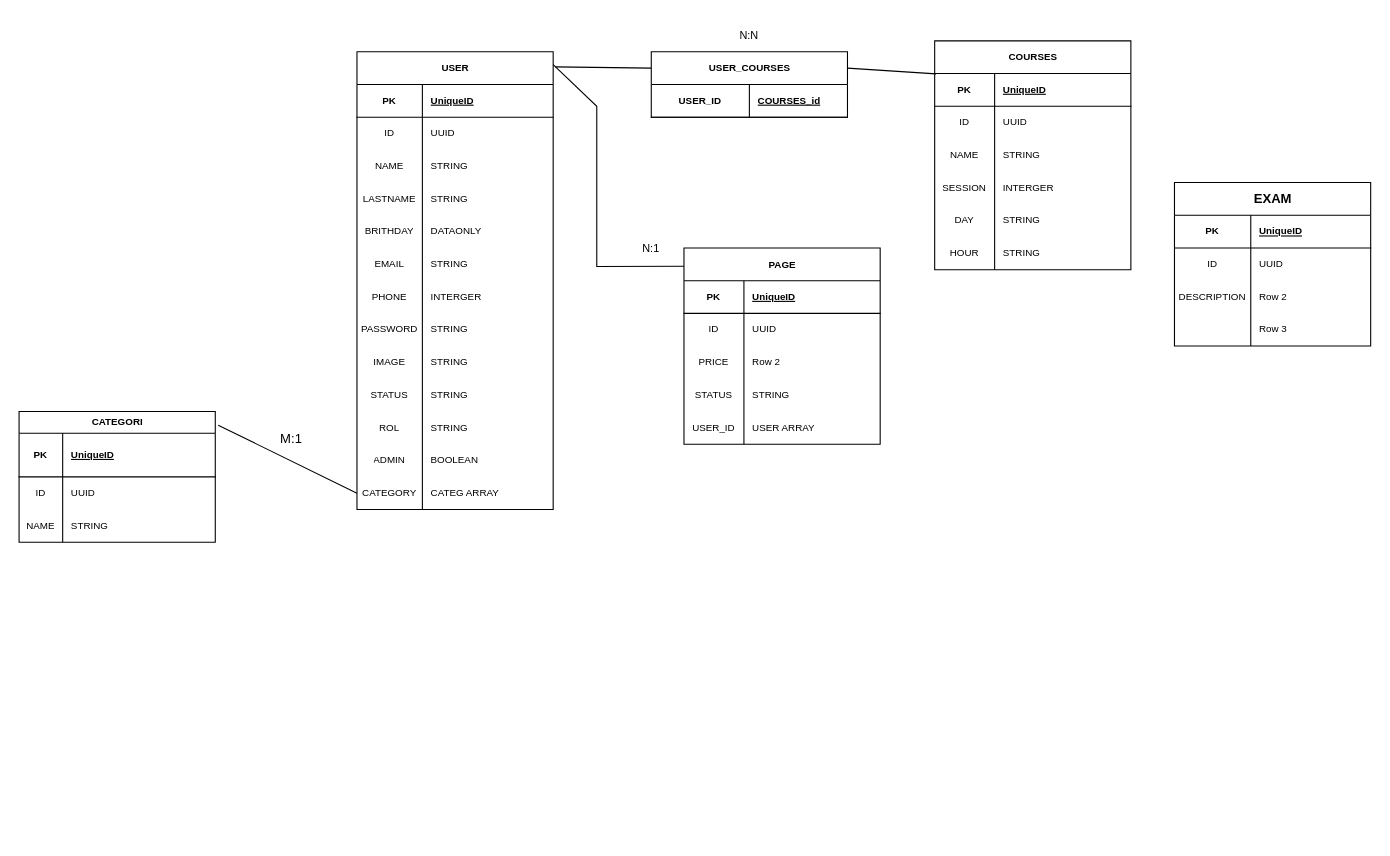
The draw.io diagram Diagrama sin título.drawio in AndresAndrada/AndresAndrada, before the edit. Source tidied: cells renumbered, new cells numbered last; positions are measured from the earlier drawing's top-left corner, leaving out a move shared by most shapes. Both pictures are drawn from the tidied source at 109%, with x=0, y=0 at pixel (19, 19).
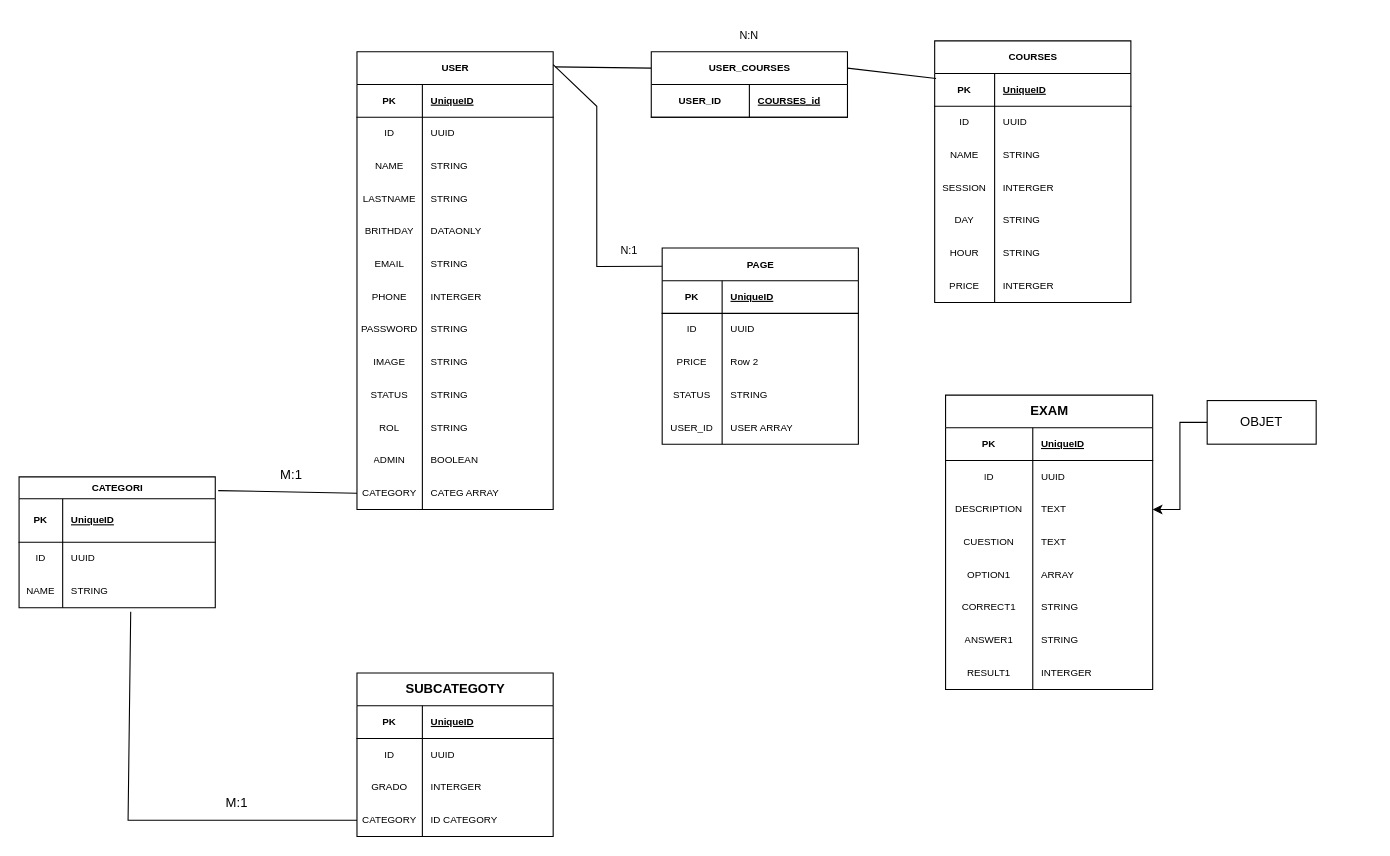
The same page after the edit.

Commit message:
Relaciones de entidad Personal Class

The change refers to these unchanged cells:
```xml
<mxCell id="70" style="shape=tableRow;horizontal=0;startSize=0;swimlaneHead=0;swimlaneBody=0;fillColor=none;points=[[0,0.5],[1,0.5]];portConstraint=eastwest;top=0;left=0;right=0;bottom=0;" parent="63" vertex="1">
  <mxGeometry y="90" width="180" height="30" as="geometry" />
</mxCell>
```

What changed in the source:
```diff
@@
     <mxCell id="44" value="COURSES" style="shape=table;startSize=30;childLayout=tableLayout;rowLines=0;fontStyle=1;align=center;html=1;fontSize=9;" parent="1" vertex="1">
-      <mxGeometry x="840" y="20" width="180" height="210" as="geometry" />
+      <mxGeometry x="840" y="20" width="180" height="240" as="geometry" />
     </mxCell>
@@
+    <mxCell id="111" style="shape=tableRow;horizontal=0;startSize=0;swimlaneHead=0;swimlaneBody=0;fillColor=none;top=0;left=0;right=0;bottom=0;" parent="44" vertex="1">
+      <mxGeometry y="210" width="180" height="30" as="geometry" />
+    </mxCell>
+    <mxCell id="112" value="PRICE" style="shape=partialRectangle;fillColor=none;top=0;left=0;bottom=0;right=0;overflow=hidden;whiteSpace=wrap;html=1;fontSize=9;" parent="111" vertex="1">
+      <mxGeometry width="55" height="30" as="geometry" />
+    </mxCell>
+    <mxCell id="113" value="INTERGER" style="shape=partialRectangle;fillColor=none;top=0;left=0;bottom=0;right=0;align=left;spacingLeft=6;overflow=hidden;whiteSpace=wrap;html=1;fontSize=9;" parent="111" vertex="1">
+      <mxGeometry x="55" width="125" height="30" as="geometry" />
+    </mxCell>
     <mxCell id="63" value="CATEGORI" style="shape=table;startSize=20;childLayout=tableLayout;rowLines=0;fontStyle=1;align=center;html=1;fontSize=9;" parent="1" vertex="1">
-      <mxGeometry y="360" width="180" height="120" as="geometry" />
+      <mxGeometry y="420" width="180" height="120" as="geometry" />
     </mxCell>
@@
     <mxCell id="75" value="M:1" style="text;strokeColor=none;align=center;fillColor=none;html=1;verticalAlign=middle;whiteSpace=wrap;rounded=0;" parent="1" vertex="1">
-      <mxGeometry x="220" y="370" width="60" height="30" as="geometry" />
+      <mxGeometry x="220" y="403" width="60" height="30" as="geometry" />
     </mxCell>
@@
     <mxCell id="80" value="&lt;font style=&quot;font-size: 9px;&quot;&gt;PAGE&lt;/font&gt;" style="shape=table;startSize=30;childLayout=tableLayout;rowLines=0;fontStyle=1;align=center;html=1;" parent="1" vertex="1">
-      <mxGeometry x="610" y="210" width="180" height="180" as="geometry" />
+      <mxGeometry x="590" y="210" width="180" height="180" as="geometry" />
     </mxCell>
@@
     <mxCell id="97" value="N:1" style="text;strokeColor=none;align=center;fillColor=none;html=1;verticalAlign=middle;whiteSpace=wrap;rounded=0;fontSize=10;" parent="1" vertex="1">
-      <mxGeometry x="550" y="195" width="60" height="30" as="geometry" />
+      <mxGeometry x="530" y="197" width="60" height="30" as="geometry" />
     </mxCell>
     <mxCell id="98" value="EXAM" style="shape=table;startSize=30;childLayout=tableLayout;rowLines=0;fontStyle=1;align=center;html=1;" parent="1" vertex="1">
-      <mxGeometry x="1060" y="150" width="180" height="150" as="geometry" />
+      <mxGeometry x="850" y="345" width="190" height="270" as="geometry" />
     </mxCell>
     <mxCell id="99" style="shape=tableRow;horizontal=0;startSize=0;swimlaneHead=0;swimlaneBody=0;fillColor=none;top=0;left=0;right=0;bottom=1;" parent="98" vertex="1">
-      <mxGeometry y="30" width="180" height="30" as="geometry" />
+      <mxGeometry y="30" width="190" height="30" as="geometry" />
     </mxCell>
     <mxCell id="100" value="PK" style="shape=partialRectangle;fillColor=none;top=0;left=0;bottom=0;right=0;fontStyle=1;overflow=hidden;whiteSpace=wrap;html=1;fontSize=9;" parent="99" vertex="1">
-      <mxGeometry width="70" height="30" as="geometry" />
+      <mxGeometry width="80" height="30" as="geometry" />
     </mxCell>
     <mxCell id="101" value="UniqueID" style="shape=partialRectangle;fillColor=none;top=0;left=0;bottom=0;right=0;align=left;spacingLeft=6;fontStyle=5;overflow=hidden;whiteSpace=wrap;html=1;fontSize=9;" parent="99" vertex="1">
-      <mxGeometry x="70" width="110" height="30" as="geometry" />
+      <mxGeometry x="80" width="110" height="30" as="geometry" />
     </mxCell>
     <mxCell id="102" style="shape=tableRow;horizontal=0;startSize=0;swimlaneHead=0;swimlaneBody=0;fillColor=none;top=0;left=0;right=0;bottom=0;" parent="98" vertex="1">
-      <mxGeometry y="60" width="180" height="30" as="geometry" />
+      <mxGeometry y="60" width="190" height="30" as="geometry" />
     </mxCell>
     <mxCell id="103" value="ID" style="shape=partialRectangle;fillColor=none;top=0;left=0;bottom=0;right=0;overflow=hidden;whiteSpace=wrap;html=1;fontSize=9;" parent="102" vertex="1">
-      <mxGeometry width="70" height="30" as="geometry" />
+      <mxGeometry width="80" height="30" as="geometry" />
     </mxCell>
     <mxCell id="104" value="UUID" style="shape=partialRectangle;fillColor=none;top=0;left=0;bottom=0;right=0;align=left;spacingLeft=6;overflow=hidden;whiteSpace=wrap;html=1;fontSize=9;" parent="102" vertex="1">
-      <mxGeometry x="70" width="110" height="30" as="geometry" />
+      <mxGeometry x="80" width="110" height="30" as="geometry" />
     </mxCell>
     <mxCell id="105" style="shape=tableRow;horizontal=0;startSize=0;swimlaneHead=0;swimlaneBody=0;fillColor=none;points=[[0,0.5],[1,0.5]];portConstraint=eastwest;top=0;left=0;right=0;bottom=0;" parent="98" vertex="1">
-      <mxGeometry y="90" width="180" height="30" as="geometry" />
+      <mxGeometry y="90" width="190" height="30" as="geometry" />
     </mxCell>
     <mxCell id="106" value="DESCRIPTION" style="shape=partialRectangle;fillColor=none;top=0;left=0;bottom=0;right=0;overflow=hidden;whiteSpace=wrap;html=1;fontSize=9;" parent="105" vertex="1">
-      <mxGeometry width="70" height="30" as="geometry" />
+      <mxGeometry width="80" height="30" as="geometry" />
     </mxCell>
-    <mxCell id="107" value="Row 2" style="shape=partialRectangle;fillColor=none;top=0;left=0;bottom=0;right=0;align=left;spacingLeft=6;overflow=hidden;whiteSpace=wrap;html=1;fontSize=9;" parent="105" vertex="1">
-      <mxGeometry x="70" width="110" height="30" as="geometry" />
+    <mxCell id="107" value="TEXT" style="shape=partialRectangle;fillColor=none;top=0;left=0;bottom=0;right=0;align=left;spacingLeft=6;overflow=hidden;whiteSpace=wrap;html=1;fontSize=9;" parent="105" vertex="1">
+      <mxGeometry x="80" width="110" height="30" as="geometry" />
     </mxCell>
     <mxCell id="108" style="shape=tableRow;horizontal=0;startSize=0;swimlaneHead=0;swimlaneBody=0;fillColor=none;top=0;left=0;right=0;bottom=0;" parent="98" vertex="1">
-      <mxGeometry y="120" width="180" height="30" as="geometry" />
+      <mxGeometry y="120" width="190" height="30" as="geometry" />
     </mxCell>
-    <mxCell id="109" style="shape=partialRectangle;fillColor=none;top=0;left=0;bottom=0;right=0;overflow=hidden;whiteSpace=wrap;html=1;fontSize=9;" parent="108" vertex="1">
-      <mxGeometry width="70" height="30" as="geometry" />
+    <mxCell id="109" value="CUESTION" style="shape=partialRectangle;fillColor=none;top=0;left=0;bottom=0;right=0;overflow=hidden;whiteSpace=wrap;html=1;fontSize=9;" parent="108" vertex="1">
+      <mxGeometry width="80" height="30" as="geometry" />
     </mxCell>
-    <mxCell id="110" value="Row 3" style="shape=partialRectangle;fillColor=none;top=0;left=0;bottom=0;right=0;align=left;spacingLeft=6;overflow=hidden;whiteSpace=wrap;html=1;fontSize=9;" parent="108" vertex="1">
-      <mxGeometry x="70" width="110" height="30" as="geometry" />
+    <mxCell id="110" value="TEXT" style="shape=partialRectangle;fillColor=none;top=0;left=0;bottom=0;right=0;align=left;spacingLeft=6;overflow=hidden;whiteSpace=wrap;html=1;fontSize=9;" parent="108" vertex="1">
+      <mxGeometry x="80" width="110" height="30" as="geometry" />
     </mxCell>
+    <mxCell id="114" style="shape=tableRow;horizontal=0;startSize=0;swimlaneHead=0;swimlaneBody=0;fillColor=none;top=0;left=0;right=0;bottom=0;" parent="98" vertex="1">
+      <mxGeometry y="150" width="190" height="30" as="geometry" />
+    </mxCell>
+    <mxCell id="115" value="OPTION1" style="shape=partialRectangle;fillColor=none;top=0;left=0;bottom=0;right=0;overflow=hidden;whiteSpace=wrap;html=1;fontSize=9;" parent="114" vertex="1">
+      <mxGeometry width="80" height="30" as="geometry" />
+    </mxCell>
+    <mxCell id="116" value="ARRAY" style="shape=partialRectangle;fillColor=none;top=0;left=0;bottom=0;right=0;align=left;spacingLeft=6;overflow=hidden;whiteSpace=wrap;html=1;fontSize=9;" parent="114" vertex="1">
+      <mxGeometry x="80" width="110" height="30" as="geometry" />
+    </mxCell>
+    <mxCell id="117" style="shape=tableRow;horizontal=0;startSize=0;swimlaneHead=0;swimlaneBody=0;fillColor=none;top=0;left=0;right=0;bottom=0;" parent="98" vertex="1">
+      <mxGeometry y="180" width="190" height="30" as="geometry" />
+    </mxCell>
+    <mxCell id="118" value="CORRECT1" style="shape=partialRectangle;fillColor=none;top=0;left=0;bottom=0;right=0;overflow=hidden;whiteSpace=wrap;html=1;fontSize=9;" parent="117" vertex="1">
+      <mxGeometry width="80" height="30" as="geometry" />
+    </mxCell>
+    <mxCell id="119" value="STRING" style="shape=partialRectangle;fillColor=none;top=0;left=0;bottom=0;right=0;align=left;spacingLeft=6;overflow=hidden;whiteSpace=wrap;html=1;fontSize=9;" parent="117" vertex="1">
+      <mxGeometry x="80" width="110" height="30" as="geometry" />
+    </mxCell>
+    <mxCell id="120" style="shape=tableRow;horizontal=0;startSize=0;swimlaneHead=0;swimlaneBody=0;fillColor=none;top=0;left=0;right=0;bottom=0;" parent="98" vertex="1">
+      <mxGeometry y="210" width="190" height="30" as="geometry" />
+    </mxCell>
+    <mxCell id="121" value="ANSWER1" style="shape=partialRectangle;fillColor=none;top=0;left=0;bottom=0;right=0;overflow=hidden;whiteSpace=wrap;html=1;fontSize=9;" parent="120" vertex="1">
+      <mxGeometry width="80" height="30" as="geometry" />
+    </mxCell>
+    <mxCell id="122" value="STRING" style="shape=partialRectangle;fillColor=none;top=0;left=0;bottom=0;right=0;align=left;spacingLeft=6;overflow=hidden;whiteSpace=wrap;html=1;fontSize=9;" parent="120" vertex="1">
+      <mxGeometry x="80" width="110" height="30" as="geometry" />
+    </mxCell>
+    <mxCell id="123" style="shape=tableRow;horizontal=0;startSize=0;swimlaneHead=0;swimlaneBody=0;fillColor=none;top=0;left=0;right=0;bottom=0;" parent="98" vertex="1">
+      <mxGeometry y="240" width="190" height="30" as="geometry" />
+    </mxCell>
+    <mxCell id="124" value="RESULT1" style="shape=partialRectangle;fillColor=none;top=0;left=0;bottom=0;right=0;overflow=hidden;whiteSpace=wrap;html=1;fontSize=9;" parent="123" vertex="1">
+      <mxGeometry width="80" height="30" as="geometry" />
+    </mxCell>
+    <mxCell id="125" value="INTERGER" style="shape=partialRectangle;fillColor=none;top=0;left=0;bottom=0;right=0;align=left;spacingLeft=6;overflow=hidden;whiteSpace=wrap;html=1;fontSize=9;" parent="123" vertex="1">
+      <mxGeometry x="80" width="110" height="30" as="geometry" />
+    </mxCell>
+    <mxCell id="126" style="edgeStyle=orthogonalEdgeStyle;rounded=0;jettySize=auto;html=1;exitX=0;exitY=0.5;exitDx=0;exitDy=0;entryX=1;entryY=0.5;entryDx=0;entryDy=0;" parent="1" edge="1" source="127" target="105">
+      <mxGeometry relative="1" as="geometry" />
+    </mxCell>
+    <mxCell id="127" value="OBJET" style="whiteSpace=wrap;html=1;align=center;" parent="1" vertex="1">
+      <mxGeometry x="1090" y="350" width="100" height="40" as="geometry" />
+    </mxCell>
+    <mxCell id="128" value="SUBCATEGOTY" style="shape=table;startSize=30;childLayout=tableLayout;rowLines=0;fontStyle=1;align=center;html=1;" parent="1" vertex="1">
+      <mxGeometry x="310" y="600" width="180" height="150" as="geometry" />
+    </mxCell>
+    <mxCell id="129" style="shape=tableRow;horizontal=0;startSize=0;swimlaneHead=0;swimlaneBody=0;fillColor=none;top=0;left=0;right=0;bottom=1;" parent="128" vertex="1">
+      <mxGeometry y="30" width="180" height="30" as="geometry" />
+    </mxCell>
+    <mxCell id="130" value="PK" style="shape=partialRectangle;fillColor=none;top=0;left=0;bottom=0;right=0;fontStyle=1;overflow=hidden;whiteSpace=wrap;html=1;fontSize=9;" parent="129" vertex="1">
+      <mxGeometry width="60" height="30" as="geometry" />
+    </mxCell>
+    <mxCell id="131" value="UniqueID" style="shape=partialRectangle;fillColor=none;top=0;left=0;bottom=0;right=0;align=left;spacingLeft=6;fontStyle=5;overflow=hidden;whiteSpace=wrap;html=1;fontSize=9;" parent="129" vertex="1">
+      <mxGeometry x="60" width="120" height="30" as="geometry" />
+    </mxCell>
+    <mxCell id="132" style="shape=tableRow;horizontal=0;startSize=0;swimlaneHead=0;swimlaneBody=0;fillColor=none;top=0;left=0;right=0;bottom=0;fontSize=9;" parent="128" vertex="1">
+      <mxGeometry y="60" width="180" height="30" as="geometry" />
+    </mxCell>
+    <mxCell id="133" value="ID" style="shape=partialRectangle;fillColor=none;top=0;left=0;bottom=0;right=0;overflow=hidden;whiteSpace=wrap;html=1;fontSize=9;" parent="132" vertex="1">
+      <mxGeometry width="60" height="30" as="geometry" />
+    </mxCell>
+    <mxCell id="134" value="UUID" style="shape=partialRectangle;fillColor=none;top=0;left=0;bottom=0;right=0;align=left;spacingLeft=6;overflow=hidden;whiteSpace=wrap;html=1;fontSize=9;" parent="132" vertex="1">
+      <mxGeometry x="60" width="120" height="30" as="geometry" />
+    </mxCell>
+    <mxCell id="135" style="shape=tableRow;horizontal=0;startSize=0;swimlaneHead=0;swimlaneBody=0;fillColor=none;top=0;left=0;right=0;bottom=0;fontSize=9;" parent="128" vertex="1">
+      <mxGeometry y="90" width="180" height="30" as="geometry" />
+    </mxCell>
+    <mxCell id="136" value="GRADO" style="shape=partialRectangle;fillColor=none;top=0;left=0;bottom=0;right=0;overflow=hidden;whiteSpace=wrap;html=1;fontSize=9;" parent="135" vertex="1">
+      <mxGeometry width="60" height="30" as="geometry" />
+    </mxCell>
+    <mxCell id="137" value="INTERGER" style="shape=partialRectangle;fillColor=none;top=0;left=0;bottom=0;right=0;align=left;spacingLeft=6;overflow=hidden;whiteSpace=wrap;html=1;fontSize=9;" parent="135" vertex="1">
+      <mxGeometry x="60" width="120" height="30" as="geometry" />
+    </mxCell>
+    <mxCell id="138" style="shape=tableRow;horizontal=0;startSize=0;swimlaneHead=0;swimlaneBody=0;fillColor=none;points=[[0,0.5],[1,0.5]];portConstraint=eastwest;top=0;left=0;right=0;bottom=0;fontSize=9;" parent="128" vertex="1">
+      <mxGeometry y="120" width="180" height="30" as="geometry" />
+    </mxCell>
+    <mxCell id="139" value="CATEGORY" style="shape=partialRectangle;fillColor=none;top=0;left=0;bottom=0;right=0;overflow=hidden;whiteSpace=wrap;html=1;fontSize=9;" parent="138" vertex="1">
+      <mxGeometry width="60" height="30" as="geometry" />
+    </mxCell>
+    <mxCell id="140" value="ID CATEGORY" style="shape=partialRectangle;fillColor=none;top=0;left=0;bottom=0;right=0;align=left;spacingLeft=6;overflow=hidden;whiteSpace=wrap;html=1;fontSize=9;" parent="138" vertex="1">
+      <mxGeometry x="60" width="120" height="30" as="geometry" />
+    </mxCell>
+    <mxCell id="141" style="endArrow=none;html=1;rounded=0;entryX=0;entryY=0.5;entryDx=0;entryDy=0;exitX=0.569;exitY=1.125;exitDx=0;exitDy=0;exitPerimeter=0;" parent="1" edge="1" source="70" target="138">
+      <mxGeometry relative="1" as="geometry">
+        <Array as="points">
+          <mxPoint x="100" y="735" />
+        </Array>
+      </mxGeometry>
+    </mxCell>
+    <mxCell id="142" value="M:1" style="text;strokeColor=none;align=center;fillColor=none;html=1;verticalAlign=middle;whiteSpace=wrap;rounded=0;" parent="1" vertex="1">
+      <mxGeometry x="170" y="704" width="60" height="30" as="geometry" />
+    </mxCell>
```
